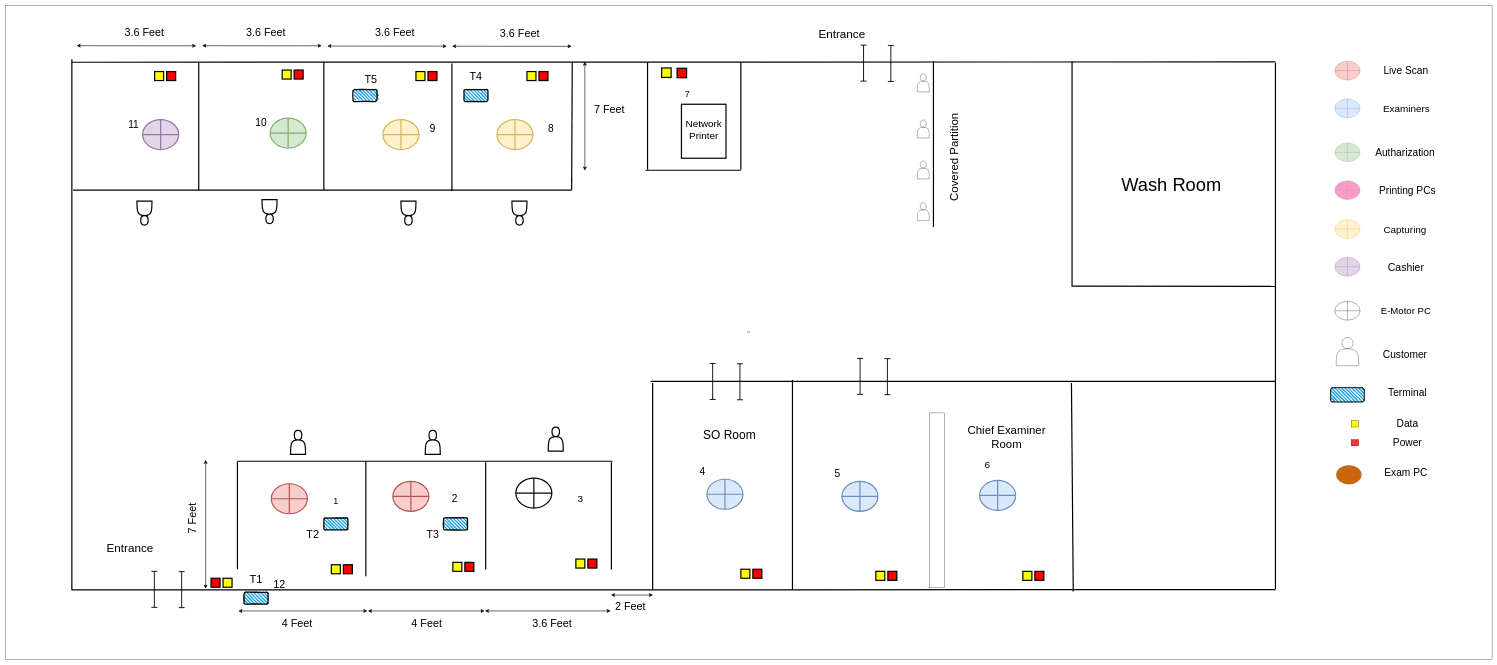
Before: vavuniya_ground.drawio in thushan-harshajeewa/dmt-diagrams, a draw.io diagram. Source tidied: cells renumbered, new cells numbered last; positions are measured from the earlier drawing's top-left corner, leaving out a move shared by most shapes. Both pictures are drawn from the tidied source at 30%, with x=0, y=0 at pixel (5, 5).
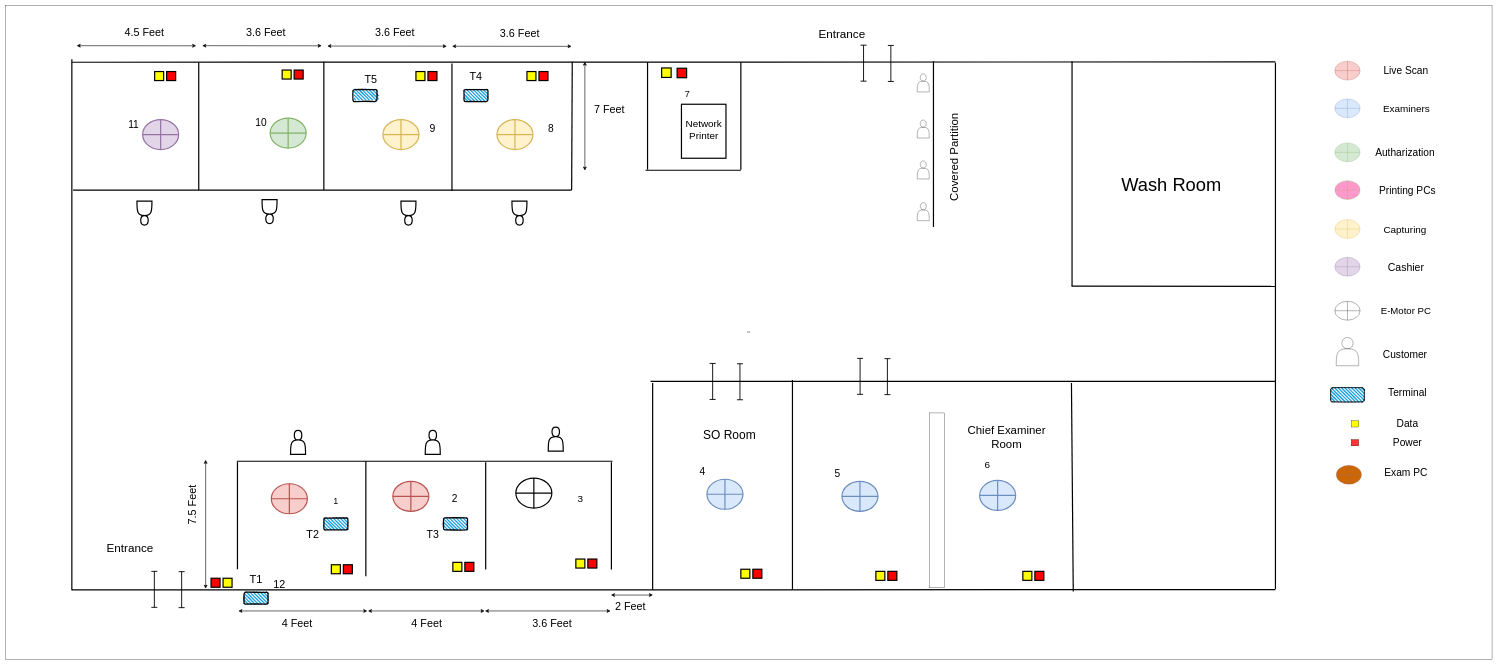
After the change.

Diff of the diagram source:
```diff
@@
-    <mxCell id="146" value="&lt;font style=&quot;font-size: 36px;&quot;&gt;7 Feet&lt;/font&gt;" style="text;html=1;align=center;verticalAlign=middle;whiteSpace=wrap;rounded=0;strokeWidth=4;rotation=270;" parent="1" vertex="1">
-      <mxGeometry x="555" y="1695" width="134" height="30" as="geometry" />
+    <mxCell id="146" value="&lt;font style=&quot;font-size: 36px;&quot;&gt;7.5 Feet&lt;/font&gt;" style="text;html=1;align=center;verticalAlign=middle;whiteSpace=wrap;rounded=0;strokeWidth=4;rotation=270;" parent="1" vertex="1">
+      <mxGeometry x="510.5" y="1650.5" width="223" height="30" as="geometry" />
     </mxCell>
@@
-    <mxCell id="154" value="&lt;font style=&quot;font-size: 36px;&quot;&gt;3.6 Feet&lt;/font&gt;" style="text;html=1;align=center;verticalAlign=middle;whiteSpace=wrap;rounded=0;strokeWidth=4;" parent="1" vertex="1">
+    <mxCell id="154" value="&lt;font style=&quot;font-size: 36px;&quot;&gt;4.5 Feet&lt;/font&gt;" style="text;html=1;align=center;verticalAlign=middle;whiteSpace=wrap;rounded=0;strokeWidth=4;" parent="1" vertex="1">
       <mxGeometry x="368.5" y="75.2" width="190" height="30" as="geometry" />
     </mxCell>
```
